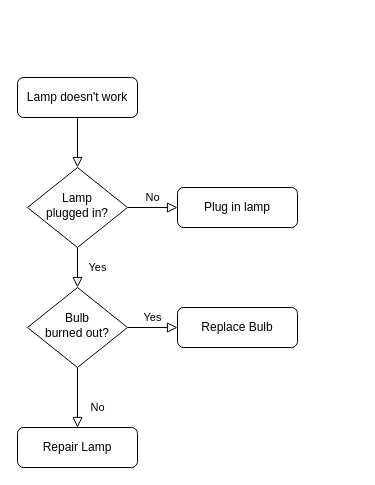
The draw.io diagram Coffee_HighLevel.drawio in liammchugh/HOPE_DECAL, before the edit. Source tidied: cells renumbered, new cells numbered last; positions are measured from the earlier drawing's top-left corner, leaving out a move shared by most shapes. Both pictures are drawn from the tidied source at 100%, with x=0, y=0 at pixel (17, 77).
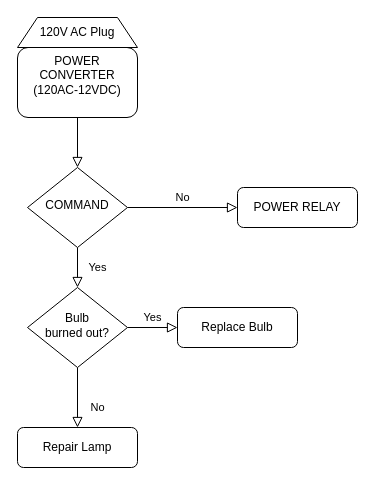
The same diagram, later.

What changed in the source:
```diff
@@
 <mxGraphModel>
   <root>
     <mxCell id="0" />
     <mxCell id="1" parent="0" />
     <mxCell id="2" style="rounded=0;html=1;jettySize=auto;fontSize=11;endArrow=block;endFill=0;endSize=8;strokeWidth=1;shadow=0;labelBackgroundColor=none;edgeStyle=orthogonalEdgeStyle;" parent="1" edge="1" source="3" target="6">
       <mxGeometry relative="1" as="geometry" />
     </mxCell>
-    <mxCell id="3" value="Lamp doesn't work" style="rounded=1;whiteSpace=wrap;html=1;fontSize=12;glass=0;strokeWidth=1;shadow=0;" parent="1" vertex="1">
-      <mxGeometry width="120" height="40" as="geometry" />
+    <mxCell id="3" value="POWER CONVERTER&lt;div&gt;(120AC-12VDC)&lt;br&gt;&lt;div&gt;&lt;br&gt;&lt;/div&gt;&lt;/div&gt;" style="rounded=1;whiteSpace=wrap;html=1;fontSize=12;glass=0;strokeWidth=1;shadow=0;" parent="1" vertex="1">
+      <mxGeometry y="-30" width="120" height="70" as="geometry" />
     </mxCell>
     <mxCell id="4" value="Yes" style="rounded=0;html=1;jettySize=auto;fontSize=11;endArrow=block;endFill=0;endSize=8;strokeWidth=1;shadow=0;labelBackgroundColor=none;edgeStyle=orthogonalEdgeStyle;" parent="1" edge="1" source="6" target="10">
       <mxGeometry y="20" relative="1" as="geometry" />
     </mxCell>
     <mxCell id="5" value="No" style="edgeStyle=orthogonalEdgeStyle;rounded=0;html=1;jettySize=auto;fontSize=11;endArrow=block;endFill=0;endSize=8;strokeWidth=1;shadow=0;labelBackgroundColor=none;" parent="1" edge="1" source="6" target="7">
       <mxGeometry y="10" relative="1" as="geometry" />
     </mxCell>
-    <mxCell id="6" value="Lamp&lt;br&gt;plugged in?" style="rhombus;whiteSpace=wrap;html=1;shadow=0;fontFamily=Helvetica;fontSize=12;align=center;strokeWidth=1;spacing=6;spacingTop=-4;" parent="1" vertex="1">
+    <mxCell id="6" value="COMMAND" style="rhombus;whiteSpace=wrap;html=1;shadow=0;fontFamily=Helvetica;fontSize=12;align=center;strokeWidth=1;spacing=6;spacingTop=-4;" parent="1" vertex="1">
       <mxGeometry x="10" y="90" width="100" height="80" as="geometry" />
     </mxCell>
-    <mxCell id="7" value="Plug in lamp" style="rounded=1;whiteSpace=wrap;html=1;fontSize=12;glass=0;strokeWidth=1;shadow=0;" parent="1" vertex="1">
-      <mxGeometry x="160" y="110" width="120" height="40" as="geometry" />
+    <mxCell id="7" value="POWER RELAY" style="rounded=1;whiteSpace=wrap;html=1;fontSize=12;glass=0;strokeWidth=1;shadow=0;" parent="1" vertex="1">
+      <mxGeometry x="220" y="110" width="120" height="40" as="geometry" />
     </mxCell>
     <mxCell id="8" value="No" style="rounded=0;html=1;jettySize=auto;fontSize=11;endArrow=block;endFill=0;endSize=8;strokeWidth=1;shadow=0;labelBackgroundColor=none;edgeStyle=orthogonalEdgeStyle;" parent="1" edge="1" source="10" target="11">
       <mxGeometry x="0.33" y="20" relative="1" as="geometry" />
     </mxCell>
     <mxCell id="9" value="Yes" style="edgeStyle=orthogonalEdgeStyle;rounded=0;html=1;jettySize=auto;fontSize=11;endArrow=block;endFill=0;endSize=8;strokeWidth=1;shadow=0;labelBackgroundColor=none;" parent="1" edge="1" source="10" target="12">
       <mxGeometry y="10" relative="1" as="geometry" />
     </mxCell>
     <mxCell id="10" value="Bulb&lt;br&gt;burned out?" style="rhombus;whiteSpace=wrap;html=1;shadow=0;fontFamily=Helvetica;fontSize=12;align=center;strokeWidth=1;spacing=6;spacingTop=-4;" parent="1" vertex="1">
       <mxGeometry x="10" y="210" width="100" height="80" as="geometry" />
     </mxCell>
     <mxCell id="11" value="Repair Lamp" style="rounded=1;whiteSpace=wrap;html=1;fontSize=12;glass=0;strokeWidth=1;shadow=0;" parent="1" vertex="1">
       <mxGeometry y="350" width="120" height="40" as="geometry" />
     </mxCell>
     <mxCell id="12" value="Replace Bulb" style="rounded=1;whiteSpace=wrap;html=1;fontSize=12;glass=0;strokeWidth=1;shadow=0;" parent="1" vertex="1">
       <mxGeometry x="160" y="230" width="120" height="40" as="geometry" />
     </mxCell>
+    <mxCell id="13" value="120V AC Plug" style="shape=trapezoid;perimeter=trapezoidPerimeter;whiteSpace=wrap;html=1;fixedSize=1;" parent="1" vertex="1">
+      <mxGeometry y="-60" width="120" height="30" as="geometry" />
+    </mxCell>
   </root>
 </mxGraphModel>
```
